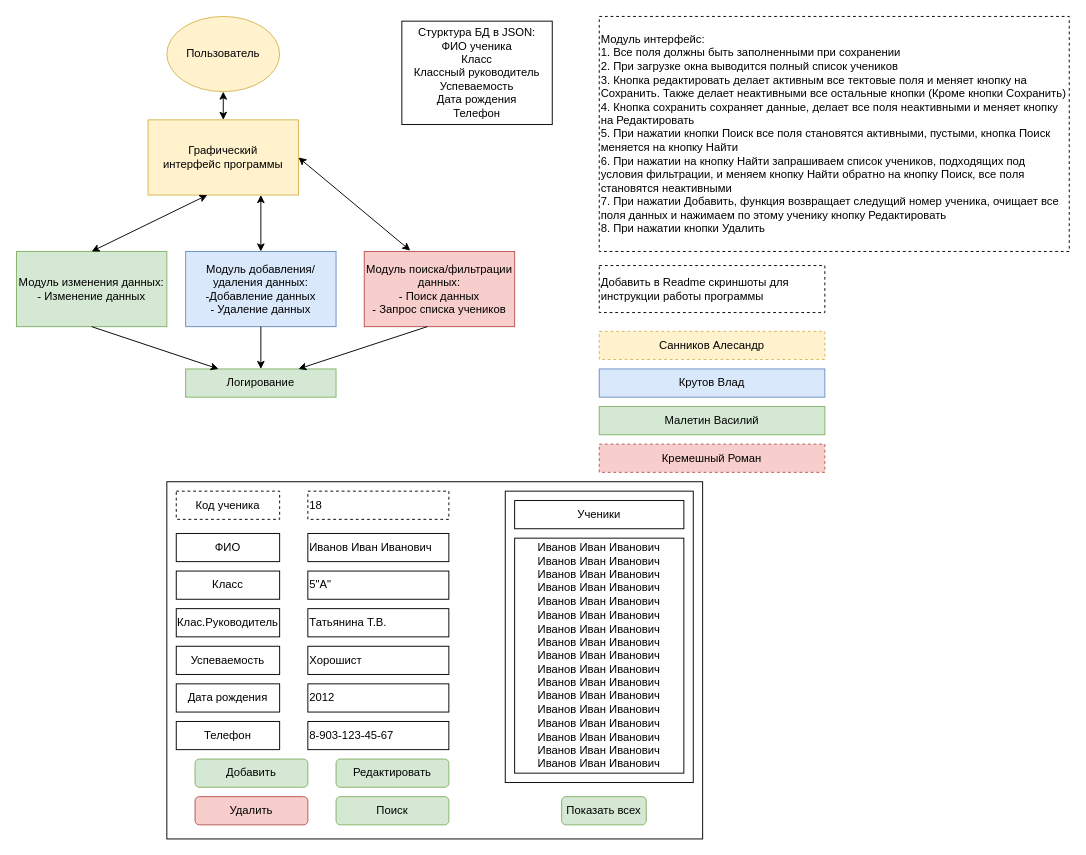
Before: structure.drawio in VasiliyMaletin/Database, a draw.io diagram. Source tidied: cells renumbered, new cells numbered last; positions are measured from the earlier drawing's top-left corner, leaving out a move shared by most shapes. Both pictures are drawn from the tidied source at 94%, with x=0, y=0 at pixel (16, 16).
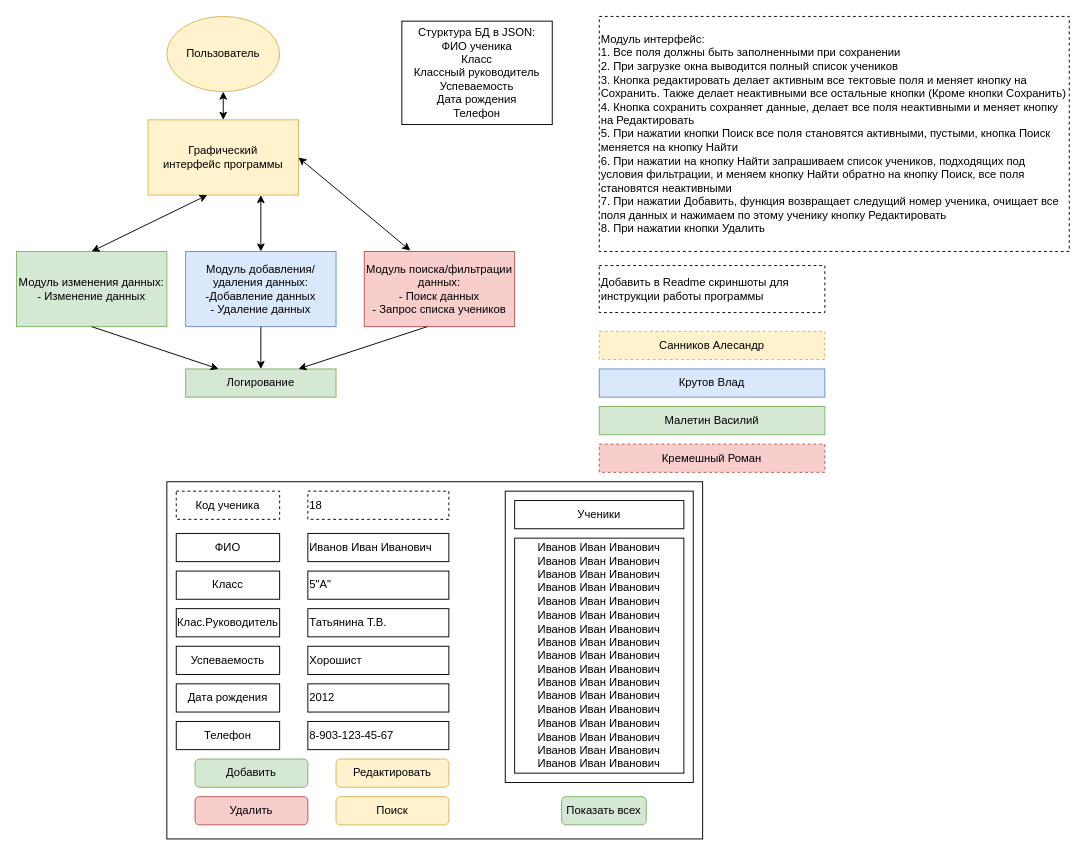
Above is the later version.

Change to the diagram source:
```diff
@@
-    <mxCell id="25" value="Редактировать" style="rounded=1;whiteSpace=wrap;html=1;fillColor=#d5e8d4;strokeColor=#82b366;" parent="1" vertex="1">
+    <mxCell id="25" value="Редактировать" style="rounded=1;whiteSpace=wrap;html=1;fillColor=#fff2cc;strokeColor=#d6b656;" parent="1" vertex="1">
       <mxGeometry x="340" y="790" width="120" height="30" as="geometry" />
     </mxCell>
@@
-    <mxCell id="40" value="Поиск" style="rounded=1;whiteSpace=wrap;html=1;fillColor=#d5e8d4;strokeColor=#82b366;" parent="1" vertex="1">
+    <mxCell id="40" value="Поиск" style="rounded=1;whiteSpace=wrap;html=1;fillColor=#fff2cc;strokeColor=#d6b656;" parent="1" vertex="1">
       <mxGeometry x="340" y="830" width="120" height="30" as="geometry" />
     </mxCell>
```
